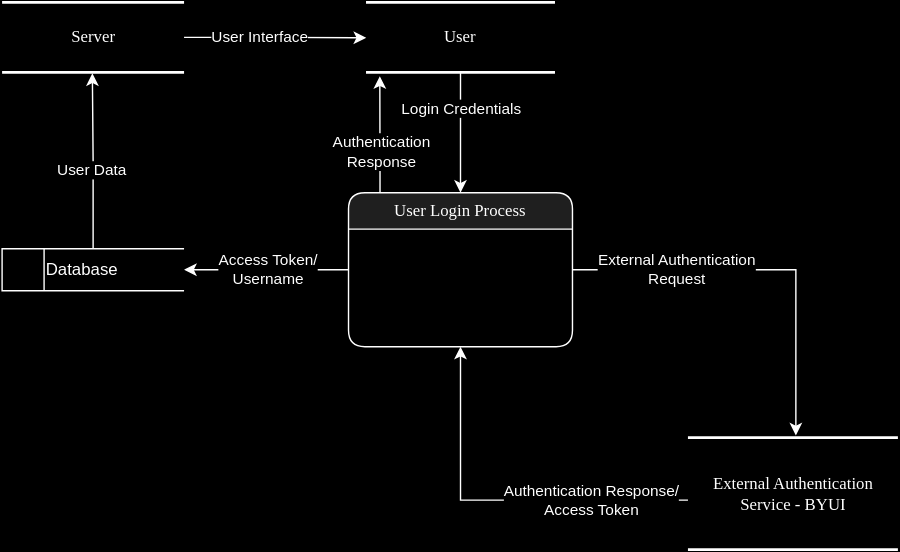
The draw.io diagram login dfd.svg in MckennahPalmer/CSE430, before a commit. Source tidied: cells renumbered, new cells last; positions are measured from the earlier drawing's top-left corner, leaving out a move shared by most shapes. The source it was exported from:
```xml
<mxGraphModel>
  <root>
    <mxCell id="0" />
    <mxCell id="1" parent="0" />
    <mxCell id="2" style="edgeStyle=orthogonalEdgeStyle;rounded=0;jettySize=auto;html=1;entryX=0.5;entryY=0;entryDx=0;entryDy=0;" parent="1" edge="1" source="4" target="9">
      <mxGeometry relative="1" as="geometry" />
    </mxCell>
    <mxCell id="3" value="Login Credentials" style="edgeLabel;html=1;align=center;verticalAlign=middle;" parent="2" vertex="1">
      <mxGeometry x="-0.02" y="1" relative="1" as="geometry">
        <mxPoint x="-1" y="-16" as="offset" />
      </mxGeometry>
    </mxCell>
    <mxCell id="4" value="User" style="html=1;rounded=0;shadow=0;comic=0;labelBackgroundColor=none;strokeWidth=2;fontFamily=Verdana;fontSize=12;align=center;shape=mxgraph.ios7ui.horLines;" parent="1" vertex="1">
      <mxGeometry x="260" width="135" height="50" as="geometry" />
    </mxCell>
    <mxCell id="5" style="edgeStyle=orthogonalEdgeStyle;rounded=0;jettySize=auto;html=1;entryX=0.514;entryY=-0.02;entryDx=0;entryDy=0;entryPerimeter=0;" parent="1" edge="1" source="9" target="12">
      <mxGeometry relative="1" as="geometry" />
    </mxCell>
    <mxCell id="6" value="External Authentication&lt;br&gt;Request" style="edgeLabel;html=1;align=center;verticalAlign=middle;" parent="5" vertex="1">
      <mxGeometry x="-0.47" relative="1" as="geometry" />
    </mxCell>
    <mxCell id="7" style="edgeStyle=orthogonalEdgeStyle;rounded=0;jettySize=auto;html=1;entryX=1;entryY=0.5;entryDx=0;entryDy=0;" parent="1" edge="1" source="9" target="13">
      <mxGeometry relative="1" as="geometry" />
    </mxCell>
    <mxCell id="8" value="Access Token/&lt;br&gt;Username" style="edgeLabel;html=1;align=center;verticalAlign=middle;" parent="7" vertex="1">
      <mxGeometry x="0.32" relative="1" as="geometry">
        <mxPoint x="20" as="offset" />
      </mxGeometry>
    </mxCell>
    <mxCell id="9" value="User Login Process" style="swimlane;html=1;fontStyle=0;horizontal=1;startSize=26;fillColor=#e0e0e0;swimlaneFillColor=#ffffff;align=center;rounded=1;shadow=0;comic=0;labelBackgroundColor=none;strokeWidth=1;fontFamily=Verdana;fontSize=12;" parent="1" vertex="1">
      <mxGeometry x="247.5" y="136" width="160" height="110" as="geometry" />
    </mxCell>
    <mxCell id="10" style="edgeStyle=orthogonalEdgeStyle;rounded=0;jettySize=auto;html=1;entryX=0.5;entryY=1;entryDx=0;entryDy=0;exitX=0.003;exitY=0.558;exitDx=0;exitDy=0;exitPerimeter=0;" parent="1" edge="1" source="12" target="9">
      <mxGeometry relative="1" as="geometry" />
    </mxCell>
    <mxCell id="11" value="Authentication Response/&lt;br&gt;Access Token" style="edgeLabel;html=1;align=center;verticalAlign=middle;" parent="10" vertex="1">
      <mxGeometry x="-0.43" relative="1" as="geometry">
        <mxPoint x="7" as="offset" />
      </mxGeometry>
    </mxCell>
    <mxCell id="12" value="External Authentication&lt;br&gt;Service - BYUI" style="html=1;rounded=0;shadow=0;comic=0;labelBackgroundColor=none;strokeWidth=2;fontFamily=Verdana;fontSize=12;align=center;shape=mxgraph.ios7ui.horLines;" parent="1" vertex="1">
      <mxGeometry x="490" y="311" width="150" height="80" as="geometry" />
    </mxCell>
    <mxCell id="13" value="&lt;span style=&quot;white-space: pre;&quot;&gt;&#9;&lt;/span&gt;Database" style="html=1;dashed=0;whiteSpace=wrap;shape=mxgraph.dfd.dataStoreID;align=left;spacingLeft=3;points=[[0,0],[0.5,0],[1,0],[0,0.5],[1,0.5],[0,1],[0.5,1],[1,1]];" parent="1" vertex="1">
      <mxGeometry y="176" width="130" height="30" as="geometry" />
    </mxCell>
    <mxCell id="14" value="Server" style="html=1;rounded=0;shadow=0;comic=0;labelBackgroundColor=none;strokeWidth=2;fontFamily=Verdana;fontSize=12;align=center;shape=mxgraph.ios7ui.horLines;" parent="1" vertex="1">
      <mxGeometry width="130" height="50" as="geometry" />
    </mxCell>
    <mxCell id="15" style="edgeStyle=orthogonalEdgeStyle;rounded=0;jettySize=auto;html=1;entryX=0.496;entryY=1.014;entryDx=0;entryDy=0;entryPerimeter=0;" parent="1" edge="1" source="13" target="14">
      <mxGeometry relative="1" as="geometry" />
    </mxCell>
    <mxCell id="16" value="User Data" style="edgeLabel;html=1;align=center;verticalAlign=middle;" parent="15" vertex="1">
      <mxGeometry x="-0.11" y="1" relative="1" as="geometry" />
    </mxCell>
    <mxCell id="17" style="edgeStyle=orthogonalEdgeStyle;rounded=0;jettySize=auto;html=1;entryX=0.073;entryY=1.054;entryDx=0;entryDy=0;entryPerimeter=0;" parent="1" edge="1" source="9" target="4">
      <mxGeometry relative="1" as="geometry">
        <Array as="points">
          <mxPoint x="270" y="116" />
          <mxPoint x="270" y="116" />
        </Array>
      </mxGeometry>
    </mxCell>
    <mxCell id="18" value="Authentication&lt;br&gt;Response" style="edgeLabel;html=1;align=center;verticalAlign=middle;" parent="17" vertex="1">
      <mxGeometry x="-0.31" y="-1" relative="1" as="geometry" />
    </mxCell>
    <mxCell id="19" style="edgeStyle=orthogonalEdgeStyle;rounded=0;jettySize=auto;html=1;entryX=0.001;entryY=0.506;entryDx=0;entryDy=0;entryPerimeter=0;" parent="1" edge="1" source="14" target="4">
      <mxGeometry relative="1" as="geometry" />
    </mxCell>
    <mxCell id="20" value="User Interface" style="edgeLabel;html=1;align=center;verticalAlign=middle;" parent="19" vertex="1">
      <mxGeometry x="-0.18" relative="1" as="geometry" />
    </mxCell>
  </root>
</mxGraphModel>
```
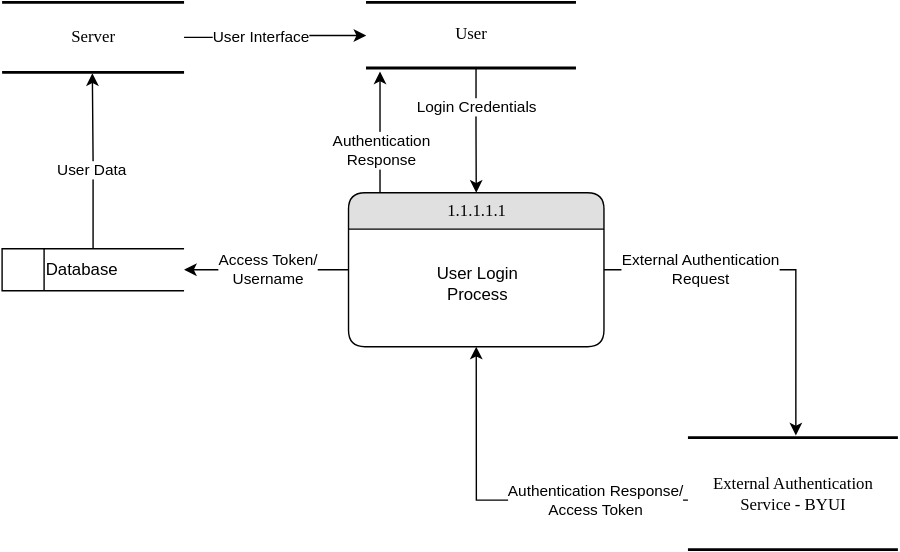
The same file after the commit.

Commit message:
added number to function

Change to the diagram source:
```diff
@@ -2,7 +2,7 @@
   <root>
     <mxCell id="0" />
     <mxCell id="1" parent="0" />
-    <mxCell id="2" style="edgeStyle=orthogonalEdgeStyle;rounded=0;jettySize=auto;html=1;entryX=0.5;entryY=0;entryDx=0;entryDy=0;" parent="1" edge="1" source="4" target="9">
+    <mxCell id="2" style="edgeStyle=orthogonalEdgeStyle;rounded=0;jettySize=auto;html=1;entryX=0.5;entryY=0;entryDx=0;entryDy=0;exitX=0.524;exitY=1.016;exitDx=0;exitDy=0;exitPerimeter=0;" parent="1" edge="1" source="4" target="9">
       <mxGeometry relative="1" as="geometry" />
     </mxCell>
     <mxCell id="3" value="Login Credentials" style="edgeLabel;html=1;align=center;verticalAlign=middle;" parent="2" vertex="1">
@@ -11,7 +11,7 @@
       </mxGeometry>
     </mxCell>
     <mxCell id="4" value="User" style="html=1;rounded=0;shadow=0;comic=0;labelBackgroundColor=none;strokeWidth=2;fontFamily=Verdana;fontSize=12;align=center;shape=mxgraph.ios7ui.horLines;" parent="1" vertex="1">
-      <mxGeometry x="260" width="135" height="50" as="geometry" />
+      <mxGeometry x="260" width="150" height="46.9" as="geometry" />
     </mxCell>
     <mxCell id="5" style="edgeStyle=orthogonalEdgeStyle;rounded=0;jettySize=auto;html=1;entryX=0.514;entryY=-0.02;entryDx=0;entryDy=0;entryPerimeter=0;" parent="1" edge="1" source="9" target="12">
       <mxGeometry relative="1" as="geometry" />
@@ -27,8 +27,8 @@
         <mxPoint x="20" as="offset" />
       </mxGeometry>
     </mxCell>
-    <mxCell id="9" value="User Login Process" style="swimlane;html=1;fontStyle=0;horizontal=1;startSize=26;fillColor=#e0e0e0;swimlaneFillColor=#ffffff;align=center;rounded=1;shadow=0;comic=0;labelBackgroundColor=none;strokeWidth=1;fontFamily=Verdana;fontSize=12;" parent="1" vertex="1">
-      <mxGeometry x="247.5" y="136" width="160" height="110" as="geometry" />
+    <mxCell id="9" value="1.1.1.1.1" style="swimlane;html=1;fontStyle=0;horizontal=1;startSize=26;fillColor=#e0e0e0;swimlaneFillColor=#ffffff;align=center;rounded=1;shadow=0;comic=0;labelBackgroundColor=none;strokeWidth=1;fontFamily=Verdana;fontSize=12;" parent="1" vertex="1">
+      <mxGeometry x="247.5" y="136" width="182.5" height="110" as="geometry" />
     </mxCell>
     <mxCell id="10" style="edgeStyle=orthogonalEdgeStyle;rounded=0;jettySize=auto;html=1;entryX=0.5;entryY=1;entryDx=0;entryDy=0;exitX=0.003;exitY=0.558;exitDx=0;exitDy=0;exitPerimeter=0;" parent="1" edge="1" source="12" target="9">
       <mxGeometry relative="1" as="geometry" />
@@ -70,5 +70,8 @@
     <mxCell id="20" value="User Interface" style="edgeLabel;html=1;align=center;verticalAlign=middle;" parent="19" vertex="1">
       <mxGeometry x="-0.18" relative="1" as="geometry" />
     </mxCell>
+    <mxCell id="21" value="User Login Process" style="text;html=1;strokeColor=none;fillColor=none;align=center;verticalAlign=middle;whiteSpace=wrap;rounded=0;" parent="1" vertex="1">
+      <mxGeometry x="290" y="186" width="100" height="30" as="geometry" />
+    </mxCell>
   </root>
 </mxGraphModel>
```
